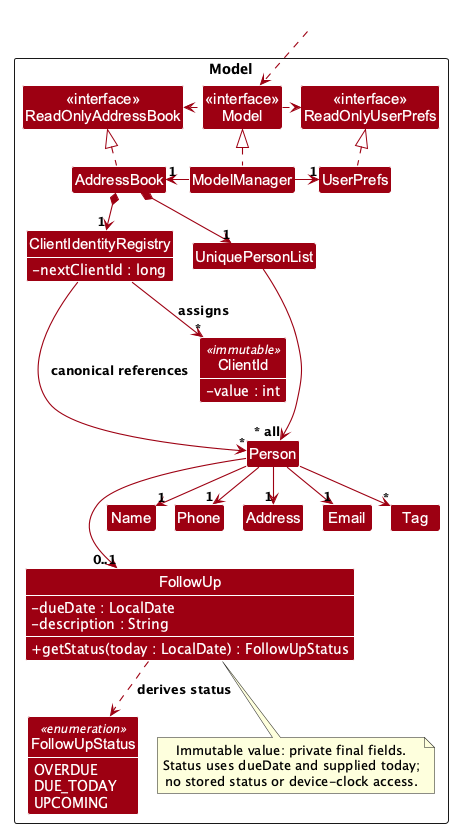
Before: docs/images/ModelClassDiagram.png, a diagram exported from PlantUML (AY2627S1-CS2103T-W13-3/tp).
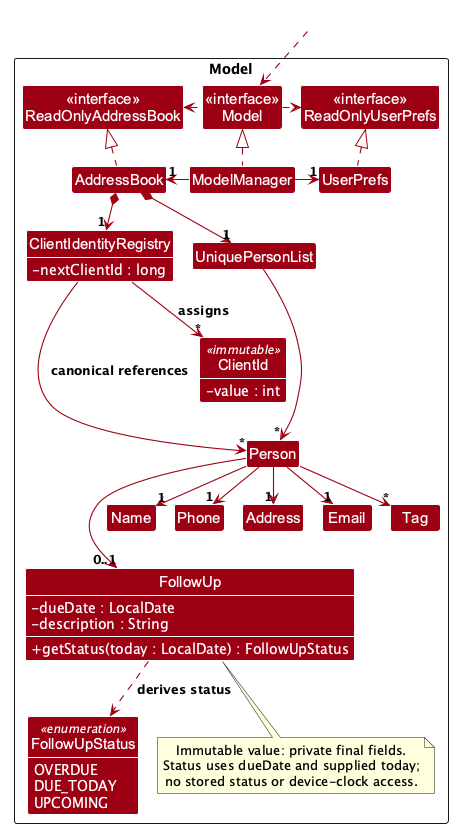
Later version of the same file.

What changed in the source:
```diff
@@ -64,7 +64,7 @@
 AddressBook *--> "1" ClientIdentityRegistry
 ClientIdentityRegistry --> "*" ClientId : assigns
 ClientIdentityRegistry --> "*" Person : canonical references
-UniquePersonList --> "~* all" Person
+UniquePersonList --> "*" Person
 Person --> "1" Name
 Person --> "1" Phone
 Person --> "1" Email
```
